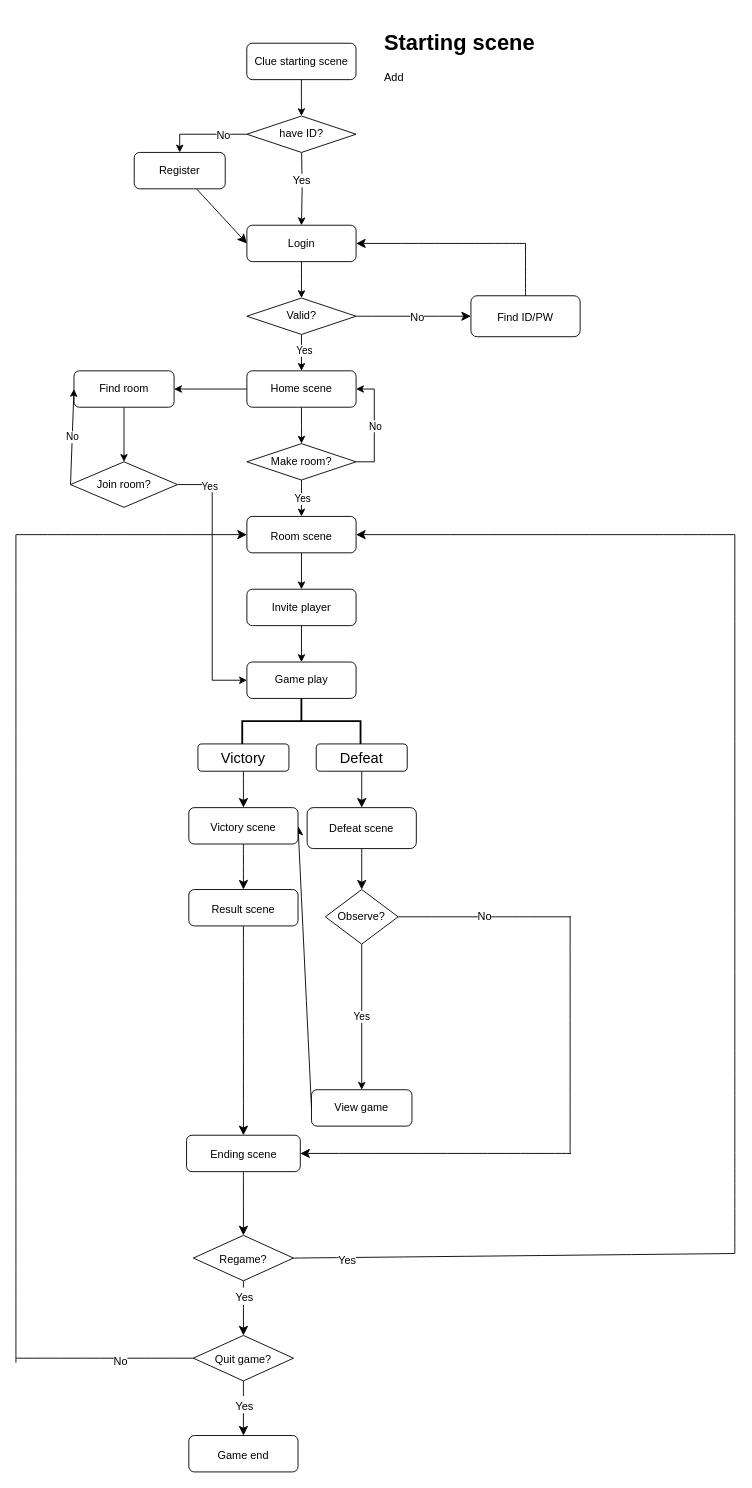
kimsunho2000/projectClue keeps this draw.io diagram as Swift.drawio. Above is the earlier version. Source tidied: cells renumbered, new cells numbered last; positions are measured from the earlier drawing's top-left corner, leaving out a move shared by most shapes. Both pictures are drawn from the tidied source at 91%, with x=0, y=0 at pixel (15, 25).
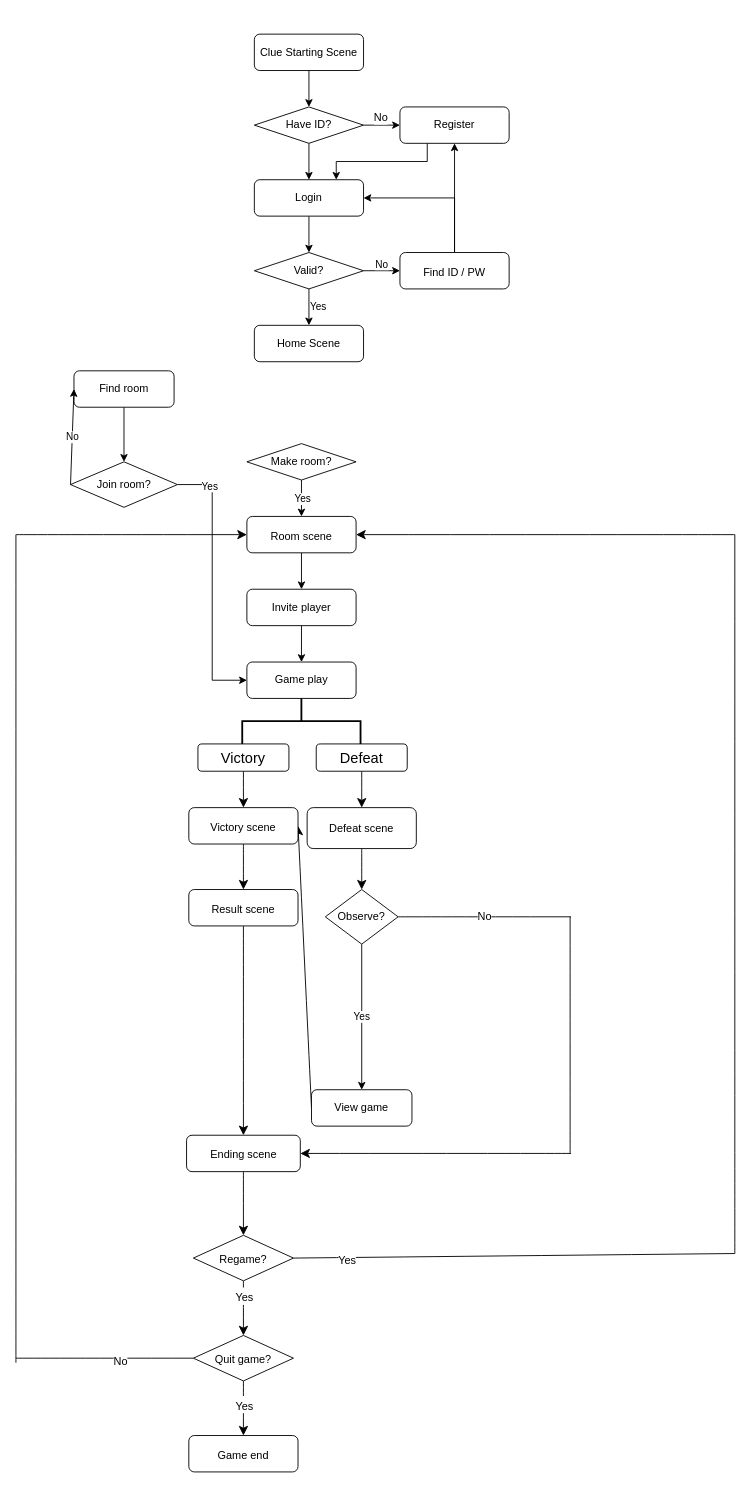
After the change.

The change refers to these unchanged cells:
```xml
<mxCell id="19" value="Make room?" style="rhombus;whiteSpace=wrap;html=1;" parent="1" vertex="1">
  <mxGeometry x="253.8" y="460" width="120" height="40" as="geometry" />
</mxCell>
```

Diff of the diagram source:
```diff
@@
-    <mxCell id="3" value="Clue starting scene" style="rounded=1;whiteSpace=wrap;html=1;fontSize=12;glass=0;strokeWidth=1;shadow=0;" parent="1" vertex="1">
-      <mxGeometry x="253.7" y="20" width="120" height="40" as="geometry" />
+    <mxCell id="3" value="Clue Starting Scene" style="rounded=1;whiteSpace=wrap;html=1;fontSize=12;glass=0;strokeWidth=1;shadow=0;" parent="1" vertex="1">
+      <mxGeometry x="262" y="10" width="120" height="40" as="geometry" />
     </mxCell>
-    <mxCell id="4" style="edgeStyle=orthogonalEdgeStyle;rounded=0;jettySize=auto;html=1;" parent="1" edge="1" source="5">
-      <mxGeometry relative="1" as="geometry">
-        <mxPoint x="313.8" y="300" as="targetPoint" />
-      </mxGeometry>
+    <mxCell id="4" style="edgeStyle=orthogonalEdgeStyle;rounded=0;jettySize=auto;html=1;entryX=0.5;entryY=0;entryDx=0;entryDy=0;" parent="1" edge="1" source="5" target="14">
+      <mxGeometry relative="1" as="geometry" />
     </mxCell>
     <mxCell id="5" value="Login" style="rounded=1;whiteSpace=wrap;html=1;" parent="1" vertex="1">
-      <mxGeometry x="253.8" y="220" width="120" height="40" as="geometry" />
+      <mxGeometry x="262" y="170" width="120" height="40" as="geometry" />
     </mxCell>
@@
-    <mxCell id="7" style="edgeStyle=orthogonalEdgeStyle;rounded=0;jettySize=auto;html=1;exitX=0.5;exitY=1;exitDx=0;exitDy=0;" parent="1" edge="1" source="9">
-      <mxGeometry relative="1" as="geometry">
-        <mxPoint x="313.8" y="460" as="targetPoint" />
-      </mxGeometry>
-    </mxCell>
-    <mxCell id="8" style="edgeStyle=orthogonalEdgeStyle;rounded=0;jettySize=auto;html=1;" parent="1" edge="1" source="9">
-      <mxGeometry relative="1" as="geometry">
-        <mxPoint x="173.8" y="400" as="targetPoint" />
-      </mxGeometry>
-    </mxCell>
-    <mxCell id="9" value="Home scene" style="whiteSpace=wrap;html=1;rounded=1;" parent="1" vertex="1">
-      <mxGeometry x="253.8" y="380" width="120" height="40" as="geometry" />
+    <mxCell id="9" value="Home Scene" style="whiteSpace=wrap;html=1;rounded=1;" parent="1" vertex="1">
+      <mxGeometry x="262" y="330" width="120" height="40" as="geometry" />
     </mxCell>
     <mxCell id="10" style="edgeStyle=orthogonalEdgeStyle;rounded=0;jettySize=auto;html=1;exitX=0.5;exitY=1;exitDx=0;exitDy=0;entryX=0.5;entryY=0;entryDx=0;entryDy=0;" parent="1" edge="1" source="14" target="9">
-      <mxGeometry relative="1" as="geometry">
-        <Array as="points">
-          <mxPoint x="313.8" y="360" />
-          <mxPoint x="313.8" y="360" />
-        </Array>
-      </mxGeometry>
+      <mxGeometry relative="1" as="geometry" />
     </mxCell>
     <mxCell id="11" value="Yes" style="edgeLabel;html=1;align=center;verticalAlign=middle;" parent="10" vertex="1">
-      <mxGeometry x="-0.15" y="3" relative="1" as="geometry" />
+      <mxGeometry x="-0.15" y="1" relative="1" as="geometry">
+        <mxPoint x="8" y="2" as="offset" />
+      </mxGeometry>
     </mxCell>
-    <mxCell id="12" style="edgeStyle=none;curved=1;rounded=0;jettySize=auto;html=1;entryX=0;entryY=0.5;entryDx=0;entryDy=0;fontSize=12;startSize=8;endSize=8;" parent="1" edge="1" source="14" target="63">
+    <mxCell id="12" style="edgeStyle=orthogonalEdgeStyle;rounded=0;jettySize=auto;html=1;exitX=1;exitY=0.5;exitDx=0;exitDy=0;entryX=0;entryY=0.5;entryDx=0;entryDy=0;" parent="1" edge="1" source="14" target="63">
       <mxGeometry relative="1" as="geometry" />
     </mxCell>
-    <mxCell id="13" value="&lt;font style=&quot;font-size: 12px;&quot;&gt;No&lt;/font&gt;" style="edgeLabel;html=1;align=center;verticalAlign=middle;fontSize=16;" parent="12" vertex="1">
-      <mxGeometry x="0.06" y="1" relative="1" as="geometry" />
-    </mxCell>
+    <mxCell id="16" value="No" style="edgeLabel;html=1;align=center;verticalAlign=middle;" parent="12" vertex="1">
+      <mxGeometry x="-0.15" y="2" relative="1" as="geometry">
+        <mxPoint x="2" y="-6" as="offset" />
+      </mxGeometry>
+    </mxCell>
     <mxCell id="14" value="Valid?" style="rhombus;whiteSpace=wrap;html=1;" parent="1" vertex="1">
-      <mxGeometry x="253.8" y="300" width="120" height="40" as="geometry" />
+      <mxGeometry x="262" y="250" width="120" height="40" as="geometry" />
     </mxCell>
-    <mxCell id="15" style="edgeStyle=orthogonalEdgeStyle;rounded=0;jettySize=auto;html=1;exitX=1;exitY=0.5;exitDx=0;exitDy=0;entryX=1;entryY=0.5;entryDx=0;entryDy=0;" parent="1" edge="1" source="19" target="9">
-      <mxGeometry relative="1" as="geometry" />
-    </mxCell>
-    <mxCell id="16" value="No" style="edgeLabel;html=1;align=center;verticalAlign=middle;" parent="15" vertex="1">
-      <mxGeometry y="-1" relative="1" as="geometry" />
-    </mxCell>
@@
-    <mxCell id="32" value="&lt;h1&gt;Starting scene&lt;/h1&gt;&lt;p&gt;Add&amp;nbsp;&lt;/p&gt;" style="text;html=1;strokeColor=none;fillColor=none;spacing=5;spacingTop=-20;whiteSpace=wrap;overflow=hidden;rounded=0;" parent="1" vertex="1">
-      <mxGeometry x="400" width="360" height="90" as="geometry" />
-    </mxCell>
-    <mxCell id="33" style="edgeStyle=orthogonalEdgeStyle;rounded=0;jettySize=auto;html=1;entryX=0.5;entryY=0;entryDx=0;entryDy=0;" parent="1" edge="1" target="5">
-      <mxGeometry relative="1" as="geometry">
-        <mxPoint x="314" y="140" as="sourcePoint" />
-      </mxGeometry>
-    </mxCell>
-    <mxCell id="34" value="&lt;font style=&quot;font-size: 12px;&quot;&gt;Yes&lt;/font&gt;" style="edgeLabel;html=1;align=center;verticalAlign=middle;" parent="33" vertex="1">
-      <mxGeometry x="-0.26" y="-1" relative="1" as="geometry" />
-    </mxCell>
-    <mxCell id="35" style="edgeStyle=orthogonalEdgeStyle;rounded=0;jettySize=auto;html=1;entryX=0.5;entryY=0;entryDx=0;entryDy=0;" parent="1" edge="1" source="37" target="39">
+    <mxCell id="35" style="edgeStyle=orthogonalEdgeStyle;rounded=0;jettySize=auto;html=1;entryX=0;entryY=0.5;entryDx=0;entryDy=0;" parent="1" edge="1" source="37" target="39">
       <mxGeometry relative="1" as="geometry" />
     </mxCell>
     <mxCell id="36" value="&lt;font style=&quot;font-size: 12px;&quot;&gt;No&lt;/font&gt;" style="edgeLabel;html=1;align=center;verticalAlign=middle;" parent="35" vertex="1">
-      <mxGeometry x="-0.45" y="1" relative="1" as="geometry" />
+      <mxGeometry x="-0.45" y="1" relative="1" as="geometry">
+        <mxPoint x="8" y="-8" as="offset" />
+      </mxGeometry>
     </mxCell>
+    <mxCell id="79" style="edgeStyle=orthogonalEdgeStyle;rounded=0;jettySize=auto;html=1;exitX=0.5;exitY=1;exitDx=0;exitDy=0;entryX=0.5;entryY=0;entryDx=0;entryDy=0;" parent="1" edge="1" source="37" target="5">
+      <mxGeometry relative="1" as="geometry" />
+    </mxCell>
-    <mxCell id="37" value="have ID?" style="rhombus;whiteSpace=wrap;html=1;" parent="1" vertex="1">
-      <mxGeometry x="253.8" y="100" width="120" height="40" as="geometry" />
+    <mxCell id="37" value="Have ID?" style="rhombus;whiteSpace=wrap;html=1;" parent="1" vertex="1">
+      <mxGeometry x="262" y="90" width="120" height="40" as="geometry" />
     </mxCell>
-    <mxCell id="38" style="edgeStyle=none;curved=1;rounded=0;jettySize=auto;html=1;fontSize=12;startSize=8;endSize=8;entryX=0;entryY=0.5;entryDx=0;entryDy=0;" parent="1" edge="1" source="39" target="5">
+    <mxCell id="38" style="edgeStyle=orthogonalEdgeStyle;rounded=0;jettySize=auto;html=1;exitX=0.25;exitY=1;exitDx=0;exitDy=0;entryX=0.75;entryY=0;entryDx=0;entryDy=0;" parent="1" edge="1" source="39" target="5">
       <mxGeometry relative="1" as="geometry" />
     </mxCell>
     <mxCell id="39" value="Register" style="rounded=1;whiteSpace=wrap;html=1;" parent="1" vertex="1">
-      <mxGeometry x="130" y="140" width="100" height="40" as="geometry" />
+      <mxGeometry x="422" y="90" width="120" height="40" as="geometry" />
     </mxCell>
@@
+    <mxCell id="80" style="edgeStyle=orthogonalEdgeStyle;rounded=0;jettySize=auto;html=1;exitX=0.5;exitY=0;exitDx=0;exitDy=0;entryX=0.5;entryY=1;entryDx=0;entryDy=0;" parent="1" edge="1" source="63" target="39">
+      <mxGeometry relative="1" as="geometry" />
+    </mxCell>
+    <mxCell id="81" style="edgeStyle=orthogonalEdgeStyle;rounded=0;jettySize=auto;html=1;exitX=0.5;exitY=0;exitDx=0;exitDy=0;entryX=1;entryY=0.5;entryDx=0;entryDy=0;" parent="1" edge="1" source="63" target="5">
+      <mxGeometry relative="1" as="geometry" />
+    </mxCell>
-    <mxCell id="63" value="&lt;font style=&quot;font-size: 12px;&quot;&gt;Find ID/PW&lt;/font&gt;" style="rounded=1;whiteSpace=wrap;html=1;fontSize=16;" parent="1" vertex="1">
-      <mxGeometry x="500" y="297.5" width="120" height="45" as="geometry" />
+    <mxCell id="63" value="&lt;font style=&quot;font-size: 12px;&quot;&gt;Find ID / PW&lt;/font&gt;" style="rounded=1;whiteSpace=wrap;html=1;fontSize=16;" parent="1" vertex="1">
+      <mxGeometry x="422" y="250" width="120" height="40" as="geometry" />
     </mxCell>
-    <mxCell id="64" style="endArrow=none;html=1;rounded=0;fontSize=12;startSize=8;endSize=8;curved=1;exitX=0.5;exitY=0;exitDx=0;exitDy=0;" parent="1" edge="1" source="63">
-      <mxGeometry relative="1" as="geometry">
-        <mxPoint x="560" y="240" as="targetPoint" />
-      </mxGeometry>
-    </mxCell>
-    <mxCell id="65" style="endArrow=classic;html=1;rounded=0;fontSize=12;startSize=8;endSize=8;curved=1;entryX=1;entryY=0.5;entryDx=0;entryDy=0;" parent="1" edge="1" target="5">
-      <mxGeometry relative="1" as="geometry">
-        <mxPoint x="560" y="240" as="sourcePoint" />
-        <Array as="points">
-          <mxPoint x="560" y="240" />
-        </Array>
-      </mxGeometry>
-    </mxCell>
```
